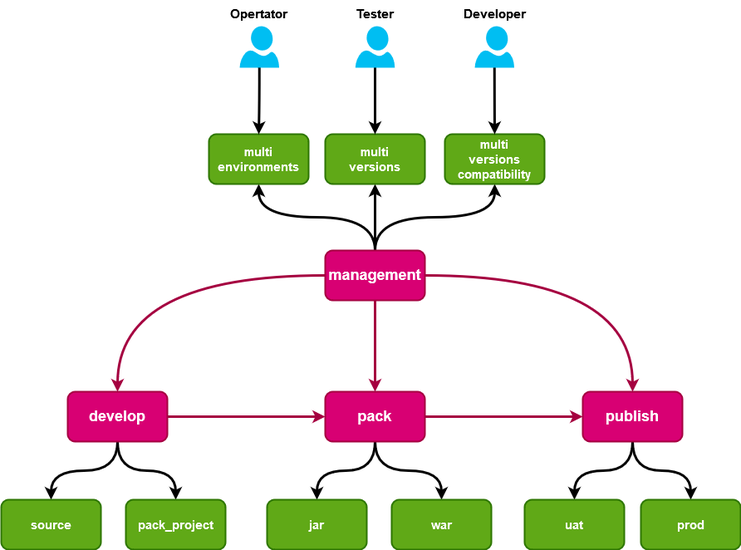
Above: authz/CI/CD.drawio.png in jackie-thank/beego-authz (draw.io), before the change. Source tidied: cells renumbered, new cells last; positions are measured from the earlier drawing's top-left corner, leaving out a move shared by most shapes.
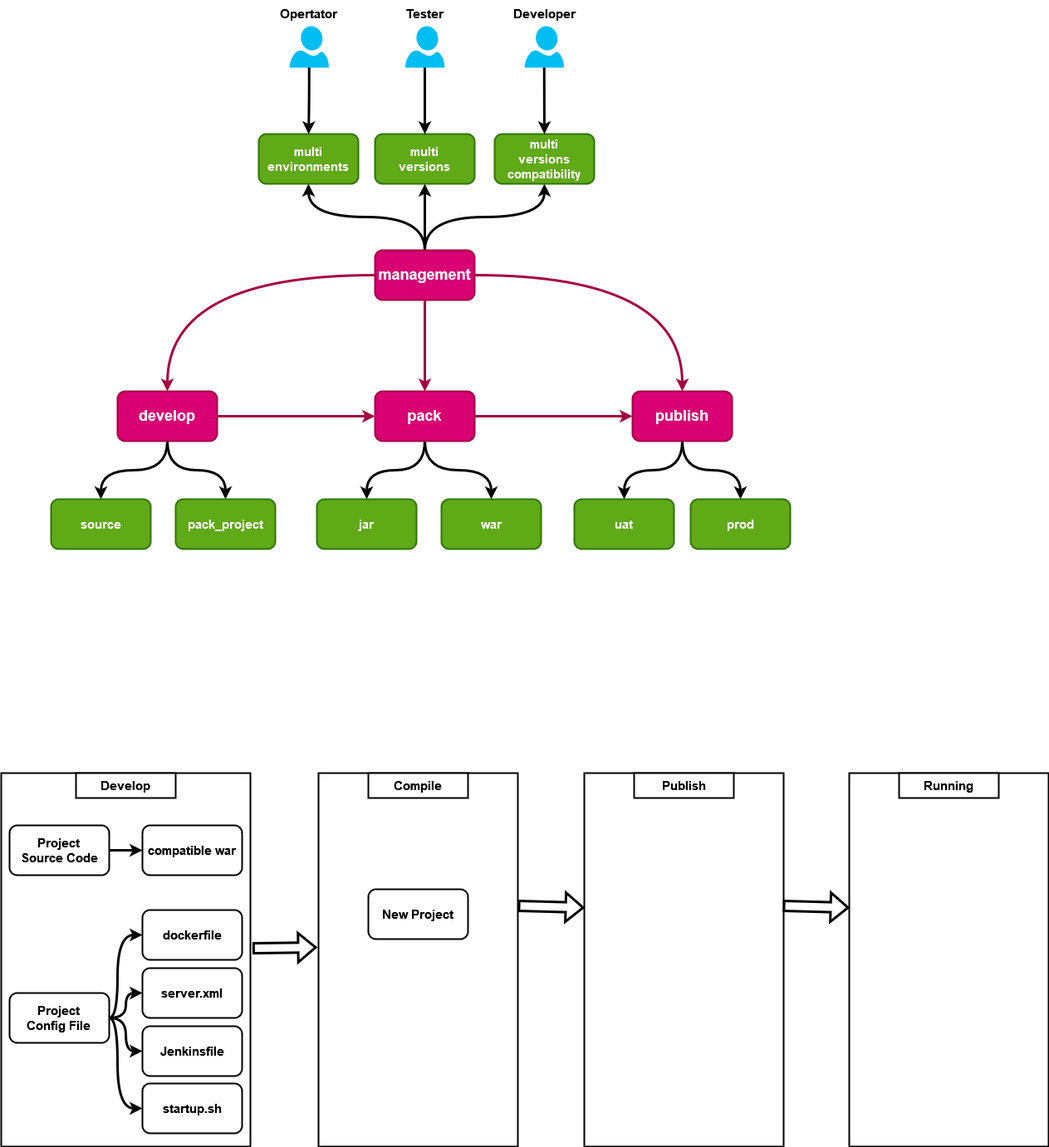
Later version of the same file.

Diff of the diagram source:
```diff
@@ -2,6 +2,9 @@
   <root>
     <mxCell id="0" />
     <mxCell id="1" parent="0" />
+    <mxCell id="38" style="rounded=0;whiteSpace=wrap;html=1;strokeWidth=2;fontSize=15;" parent="1" vertex="1">
+      <mxGeometry x="-60" y="930" width="300" height="450" as="geometry" />
+    </mxCell>
     <mxCell id="2" style="edgeStyle=orthogonalEdgeStyle;rounded=0;jettySize=auto;html=1;exitX=1;exitY=0.5;exitDx=0;exitDy=0;entryX=0;entryY=0.5;entryDx=0;entryDy=0;fontSize=18;strokeWidth=3;fillColor=#d80073;strokeColor=#A50040;" parent="1" edge="1" source="5" target="9">
       <mxGeometry relative="1" as="geometry" />
     </mxCell>
@@ -110,5 +113,92 @@
     <mxCell id="37" value="Developer" style="text;html=1;strokeColor=none;fillColor=none;align=center;verticalAlign=middle;whiteSpace=wrap;rounded=0;strokeWidth=2;fontSize=15;fontStyle=1;" parent="1" vertex="1">
       <mxGeometry x="564" width="60" height="30" as="geometry" />
     </mxCell>
+    <mxCell id="39" style="edgeStyle=orthogonalEdgeStyle;curved=1;rounded=0;jettySize=auto;html=1;strokeWidth=3;fontSize=15;" parent="1" edge="1" source="40" target="57">
+      <mxGeometry relative="1" as="geometry" />
+    </mxCell>
+    <mxCell id="40" value="&lt;div&gt;Project &lt;br&gt;&lt;/div&gt;&lt;div&gt;Source Code&lt;/div&gt;" style="rounded=1;whiteSpace=wrap;html=1;strokeWidth=2;fontSize=15;fontStyle=1;" parent="1" vertex="1">
+      <mxGeometry x="-50" y="993" width="120" height="60" as="geometry" />
+    </mxCell>
+    <mxCell id="41" style="edgeStyle=orthogonalEdgeStyle;curved=1;rounded=0;jettySize=auto;html=1;strokeWidth=3;fontSize=15;entryX=0;entryY=0.5;entryDx=0;entryDy=0;" parent="1" edge="1" source="45" target="58">
+      <mxGeometry relative="1" as="geometry">
+        <Array as="points">
+          <mxPoint x="80" y="1225" />
+          <mxPoint x="80" y="1125" />
+        </Array>
+      </mxGeometry>
+    </mxCell>
+    <mxCell id="42" style="edgeStyle=orthogonalEdgeStyle;curved=1;rounded=0;jettySize=auto;html=1;strokeWidth=3;fontSize=15;" parent="1" edge="1" source="45" target="60">
+      <mxGeometry relative="1" as="geometry" />
+    </mxCell>
+    <mxCell id="43" style="edgeStyle=orthogonalEdgeStyle;curved=1;rounded=0;jettySize=auto;html=1;exitX=1;exitY=0.5;exitDx=0;exitDy=0;entryX=0;entryY=0.5;entryDx=0;entryDy=0;strokeWidth=3;fontSize=15;" parent="1" edge="1" source="45" target="61">
+      <mxGeometry relative="1" as="geometry">
+        <Array as="points">
+          <mxPoint x="80" y="1225" />
+          <mxPoint x="80" y="1334" />
+        </Array>
+      </mxGeometry>
+    </mxCell>
+    <mxCell id="44" style="edgeStyle=orthogonalEdgeStyle;curved=1;rounded=0;jettySize=auto;html=1;exitX=1;exitY=0.5;exitDx=0;exitDy=0;entryX=0;entryY=0.5;entryDx=0;entryDy=0;strokeWidth=3;fontSize=15;" parent="1" edge="1" source="45" target="59">
+      <mxGeometry relative="1" as="geometry" />
+    </mxCell>
+    <mxCell id="45" value="&lt;div&gt;Project &lt;br&gt;&lt;/div&gt;&lt;div&gt;Config File&lt;br&gt;&lt;/div&gt;" style="rounded=1;whiteSpace=wrap;html=1;strokeWidth=2;fontSize=15;fontStyle=1;" parent="1" vertex="1">
+      <mxGeometry x="-50" y="1195" width="120" height="60" as="geometry" />
+    </mxCell>
+    <mxCell id="46" value="Develop" style="rounded=0;whiteSpace=wrap;html=1;strokeWidth=2;fontSize=15;fontStyle=1;" parent="1" vertex="1">
+      <mxGeometry x="30" y="930" width="120" height="30" as="geometry" />
+    </mxCell>
+    <mxCell id="47" style="rounded=0;whiteSpace=wrap;html=1;strokeWidth=2;fontSize=15;" parent="1" vertex="1">
+      <mxGeometry x="322" y="930" width="240" height="450" as="geometry" />
+    </mxCell>
+    <mxCell id="48" value="Compile" style="rounded=0;whiteSpace=wrap;html=1;strokeWidth=2;fontSize=15;fontStyle=1;" parent="1" vertex="1">
+      <mxGeometry x="382" y="930" width="120" height="30" as="geometry" />
+    </mxCell>
+    <mxCell id="49" style="rounded=0;whiteSpace=wrap;html=1;strokeWidth=2;fontSize=15;" parent="1" vertex="1">
+      <mxGeometry x="642" y="930" width="240" height="450" as="geometry" />
+    </mxCell>
+    <mxCell id="50" value="Publish" style="rounded=0;whiteSpace=wrap;html=1;strokeWidth=2;fontSize=15;fontStyle=1;" parent="1" vertex="1">
+      <mxGeometry x="702" y="930" width="120" height="30" as="geometry" />
+    </mxCell>
+    <mxCell id="51" style="rounded=0;whiteSpace=wrap;html=1;strokeWidth=2;fontSize=15;" parent="1" vertex="1">
+      <mxGeometry x="961" y="930" width="240" height="450" as="geometry" />
+    </mxCell>
+    <mxCell id="52" value="Running" style="rounded=0;whiteSpace=wrap;html=1;strokeWidth=2;fontSize=15;fontStyle=1;" parent="1" vertex="1">
+      <mxGeometry x="1021" y="930" width="120" height="30" as="geometry" />
+    </mxCell>
+    <mxCell id="53" value="New Project" style="rounded=1;whiteSpace=wrap;html=1;strokeWidth=2;fontSize=15;fontStyle=1;" parent="1" vertex="1">
+      <mxGeometry x="382" y="1070" width="120" height="60" as="geometry" />
+    </mxCell>
+    <mxCell id="54" style="shape=flexArrow;endArrow=classic;html=1;rounded=0;strokeWidth=3;fontSize=15;curved=1;exitX=1.008;exitY=0.469;exitDx=0;exitDy=0;exitPerimeter=0;" parent="1" edge="1" source="38">
+      <mxGeometry relative="1" as="geometry">
+        <mxPoint x="320" y="1140" as="targetPoint" />
+      </mxGeometry>
+    </mxCell>
+    <mxCell id="55" style="shape=flexArrow;endArrow=classic;html=1;rounded=0;strokeWidth=3;fontSize=15;curved=1;entryX=0;entryY=0.475;entryDx=0;entryDy=0;entryPerimeter=0;exitX=1.008;exitY=0.469;exitDx=0;exitDy=0;exitPerimeter=0;" parent="1" edge="1">
+      <mxGeometry relative="1" as="geometry">
+        <mxPoint x="562" y="1090" as="sourcePoint" />
+        <mxPoint x="642.1" y="1092.2" as="targetPoint" />
+      </mxGeometry>
+    </mxCell>
+    <mxCell id="56" style="shape=flexArrow;endArrow=classic;html=1;rounded=0;strokeWidth=3;fontSize=15;curved=1;entryX=0;entryY=0.475;entryDx=0;entryDy=0;entryPerimeter=0;exitX=1.008;exitY=0.469;exitDx=0;exitDy=0;exitPerimeter=0;" parent="1" edge="1">
+      <mxGeometry relative="1" as="geometry">
+        <mxPoint x="881" y="1090" as="sourcePoint" />
+        <mxPoint x="961.1" y="1092.2" as="targetPoint" />
+      </mxGeometry>
+    </mxCell>
+    <mxCell id="57" value="compatible war" style="rounded=1;whiteSpace=wrap;html=1;strokeWidth=2;fontSize=15;fontStyle=1;" parent="1" vertex="1">
+      <mxGeometry x="110" y="993" width="120" height="60" as="geometry" />
+    </mxCell>
+    <mxCell id="58" value="dockerfile" style="rounded=1;whiteSpace=wrap;html=1;strokeWidth=2;fontSize=15;fontStyle=1;" parent="1" vertex="1">
+      <mxGeometry x="110" y="1095" width="120" height="60" as="geometry" />
+    </mxCell>
+    <mxCell id="59" value="server.xml" style="rounded=1;whiteSpace=wrap;html=1;strokeWidth=2;fontSize=15;fontStyle=1;" parent="1" vertex="1">
+      <mxGeometry x="110" y="1165" width="120" height="60" as="geometry" />
+    </mxCell>
+    <mxCell id="60" value="Jenkinsfile" style="rounded=1;whiteSpace=wrap;html=1;strokeWidth=2;fontSize=15;fontStyle=1;" parent="1" vertex="1">
+      <mxGeometry x="110" y="1235" width="120" height="60" as="geometry" />
+    </mxCell>
+    <mxCell id="61" value="startup.sh" style="rounded=1;whiteSpace=wrap;html=1;strokeWidth=2;fontSize=15;fontStyle=1;" parent="1" vertex="1">
+      <mxGeometry x="110" y="1304" width="120" height="60" as="geometry" />
+    </mxCell>
   </root>
 </mxGraphModel>
```
